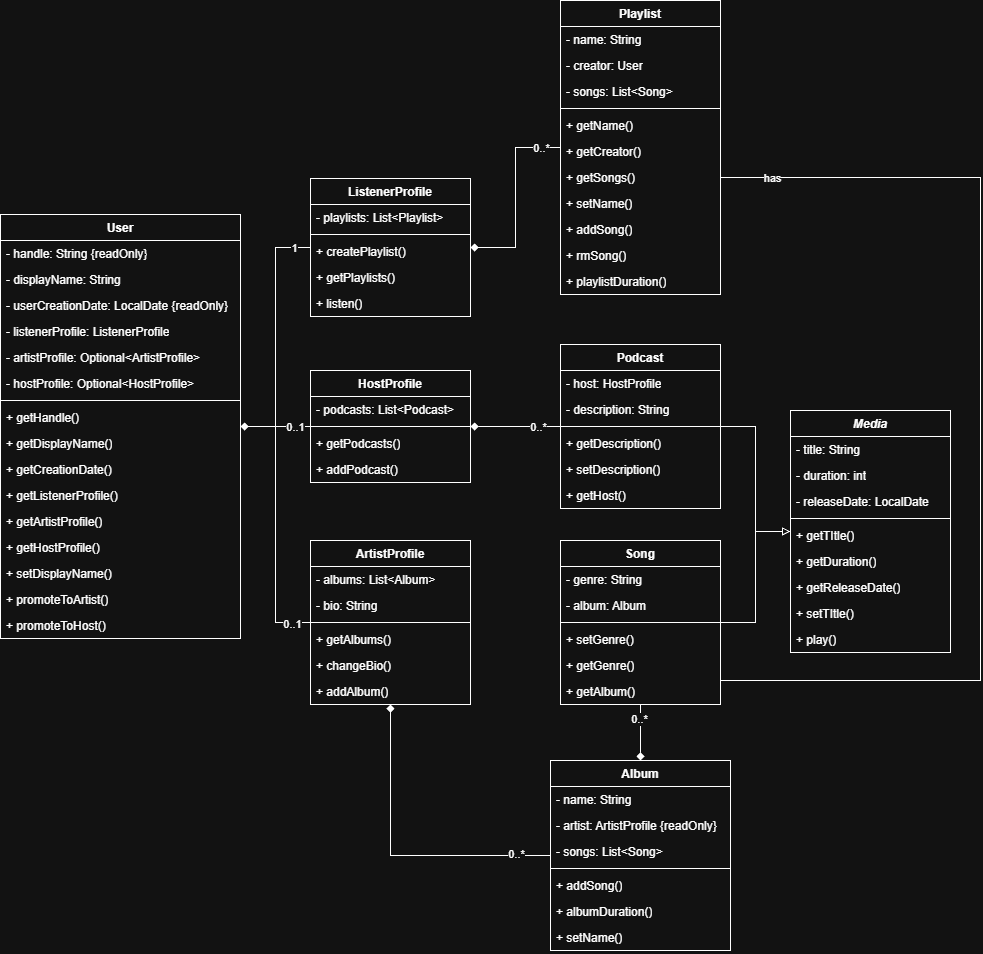
Before: docs/uml/music-streaming-library-Main.png, a diagram exported from draw.io (SailinEast/music-streaming-library). Source tidied: cells renumbered, new cells last; positions are measured from the earlier drawing's top-left corner, leaving out a move shared by most shapes.
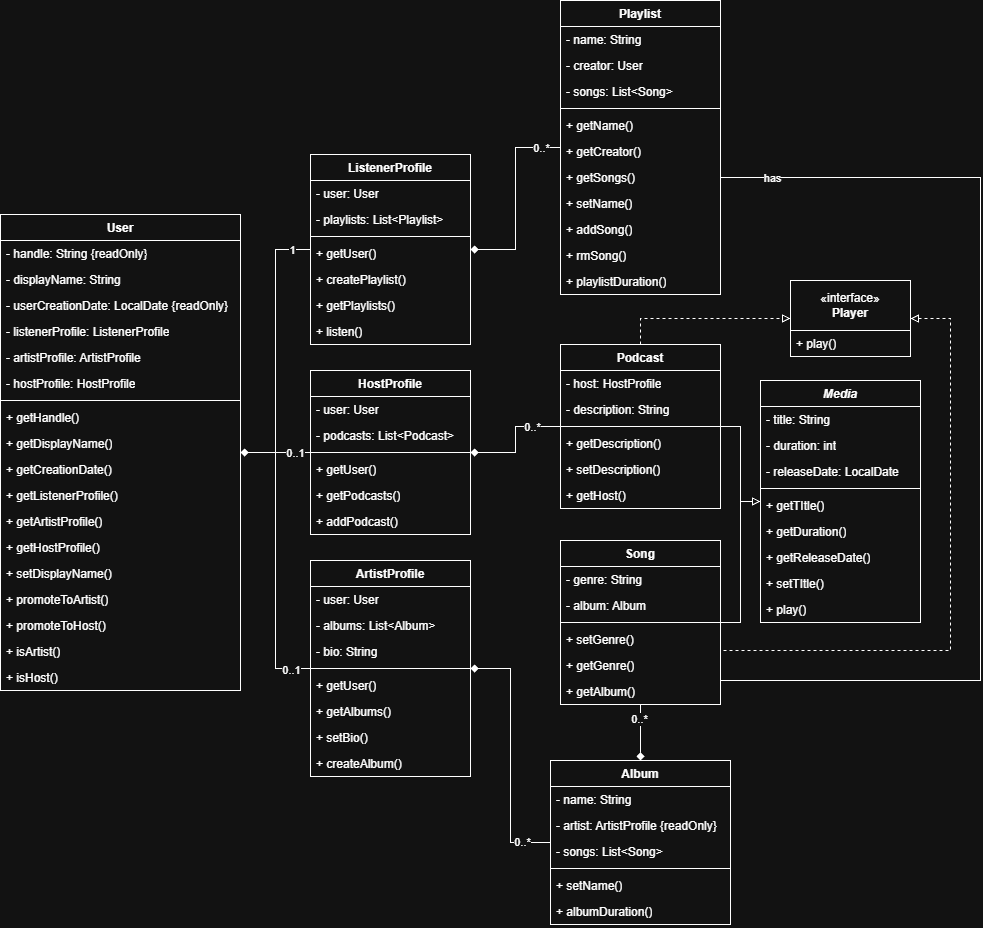
After the change.

Change to the diagram source:
```diff
@@ -3,7 +3,7 @@
     <mxCell id="0" />
     <mxCell id="1" parent="0" />
     <mxCell id="2" value="User" style="swimlane;fontStyle=1;align=center;verticalAlign=top;horizontal=1;startSize=26;whiteSpace=wrap;html=1;" parent="1" vertex="1">
-      <mxGeometry y="214" width="240" height="424" as="geometry" />
+      <mxGeometry y="214" width="240" height="476" as="geometry" />
     </mxCell>
     <mxCell id="3" value="- handle: String {readOnly}" style="text;strokeColor=none;fillColor=none;align=left;verticalAlign=top;spacingLeft=4;spacingRight=4;overflow=hidden;whiteSpace=wrap;html=1;" parent="2" vertex="1">
       <mxGeometry y="26" width="240" height="26" as="geometry" />
@@ -17,10 +17,10 @@
     <mxCell id="6" value="- listenerProfile: ListenerProfile" style="text;strokeColor=none;fillColor=none;align=left;verticalAlign=top;spacingLeft=4;spacingRight=4;overflow=hidden;whiteSpace=wrap;html=1;" parent="2" vertex="1">
       <mxGeometry y="104" width="240" height="26" as="geometry" />
     </mxCell>
-    <mxCell id="7" value="- artistProfile: Optional&amp;lt;ArtistProfile&amp;gt;" style="text;strokeColor=none;fillColor=none;align=left;verticalAlign=top;spacingLeft=4;spacingRight=4;overflow=hidden;whiteSpace=wrap;html=1;" parent="2" vertex="1">
+    <mxCell id="7" value="- artistProfile: ArtistProfile" style="text;strokeColor=none;fillColor=none;align=left;verticalAlign=top;spacingLeft=4;spacingRight=4;overflow=hidden;whiteSpace=wrap;html=1;" parent="2" vertex="1">
       <mxGeometry y="130" width="240" height="26" as="geometry" />
     </mxCell>
-    <mxCell id="8" value="- hostProfile: Optional&amp;lt;HostProfile&amp;gt;" style="text;strokeColor=none;fillColor=none;align=left;verticalAlign=top;spacingLeft=4;spacingRight=4;overflow=hidden;whiteSpace=wrap;html=1;" parent="2" vertex="1">
+    <mxCell id="8" value="- hostProfile: HostProfile" style="text;strokeColor=none;fillColor=none;align=left;verticalAlign=top;spacingLeft=4;spacingRight=4;overflow=hidden;whiteSpace=wrap;html=1;" parent="2" vertex="1">
       <mxGeometry y="156" width="240" height="26" as="geometry" />
     </mxCell>
     <mxCell id="9" style="line;strokeWidth=1;fillColor=none;align=left;verticalAlign=middle;spacingTop=-1;spacingLeft=3;spacingRight=3;labelPosition=right;strokeColor=inherit;" parent="2" vertex="1">
@@ -53,8 +53,14 @@
     <mxCell id="18" value="+ promoteToHost()" style="text;strokeColor=none;fillColor=none;align=left;verticalAlign=top;spacingLeft=4;spacingRight=4;overflow=hidden;whiteSpace=wrap;html=1;" parent="2" vertex="1">
       <mxGeometry y="398" width="240" height="26" as="geometry" />
     </mxCell>
+    <mxCell id="99" value="+ isArtist()" style="text;strokeColor=none;fillColor=none;align=left;verticalAlign=top;spacingLeft=4;spacingRight=4;overflow=hidden;whiteSpace=wrap;html=1;" parent="2" vertex="1">
+      <mxGeometry y="424" width="240" height="26" as="geometry" />
+    </mxCell>
+    <mxCell id="100" value="+ isHost()" style="text;strokeColor=none;fillColor=none;align=left;verticalAlign=top;spacingLeft=4;spacingRight=4;overflow=hidden;whiteSpace=wrap;html=1;" parent="2" vertex="1">
+      <mxGeometry y="450" width="240" height="26" as="geometry" />
+    </mxCell>
     <mxCell id="19" value="&lt;i&gt;Media&lt;/i&gt;" style="swimlane;fontStyle=1;align=center;verticalAlign=top;horizontal=1;startSize=26;whiteSpace=wrap;html=1;" parent="1" vertex="1">
-      <mxGeometry x="790" y="410" width="160" height="242" as="geometry" />
+      <mxGeometry x="760" y="380" width="160" height="242" as="geometry" />
     </mxCell>
     <mxCell id="20" value="- title: String" style="text;strokeColor=none;fillColor=none;align=left;verticalAlign=top;spacingLeft=4;spacingRight=4;overflow=hidden;whiteSpace=wrap;html=1;" parent="19" vertex="1">
       <mxGeometry y="26" width="160" height="26" as="geometry" />
@@ -84,19 +90,25 @@
       <mxGeometry y="216" width="160" height="26" as="geometry" />
     </mxCell>
     <mxCell id="29" value="HostProfile" style="swimlane;fontStyle=1;align=center;verticalAlign=top;horizontal=1;startSize=26;whiteSpace=wrap;html=1;" parent="1" vertex="1">
-      <mxGeometry x="310" y="370" width="160" height="112" as="geometry" />
+      <mxGeometry x="310" y="370" width="160" height="164" as="geometry" />
     </mxCell>
+    <mxCell id="101" value="- user: User" style="text;strokeColor=none;fillColor=none;align=left;verticalAlign=top;spacingLeft=4;spacingRight=4;overflow=hidden;whiteSpace=wrap;html=1;" parent="29" vertex="1">
+      <mxGeometry y="26" width="160" height="26" as="geometry" />
+    </mxCell>
     <mxCell id="30" value="- podcasts: List&amp;lt;Podcast&amp;gt;" style="text;strokeColor=none;fillColor=none;align=left;verticalAlign=top;spacingLeft=4;spacingRight=4;overflow=hidden;whiteSpace=wrap;html=1;" parent="29" vertex="1">
-      <mxGeometry y="26" width="160" height="26" as="geometry" />
+      <mxGeometry y="52" width="160" height="26" as="geometry" />
     </mxCell>
     <mxCell id="31" style="line;strokeWidth=1;fillColor=none;align=left;verticalAlign=middle;spacingTop=-1;spacingLeft=3;spacingRight=3;labelPosition=right;strokeColor=inherit;" parent="29" vertex="1">
-      <mxGeometry y="52" width="160" height="8" as="geometry" />
+      <mxGeometry y="78" width="160" height="8" as="geometry" />
     </mxCell>
+    <mxCell id="102" value="+ getUser()" style="text;strokeColor=none;fillColor=none;align=left;verticalAlign=top;spacingLeft=4;spacingRight=4;overflow=hidden;whiteSpace=wrap;html=1;" parent="29" vertex="1">
+      <mxGeometry y="86" width="160" height="26" as="geometry" />
+    </mxCell>
     <mxCell id="32" value="+ getPodcasts()" style="text;strokeColor=none;fillColor=none;align=left;verticalAlign=top;spacingLeft=4;spacingRight=4;overflow=hidden;whiteSpace=wrap;html=1;" parent="29" vertex="1">
-      <mxGeometry y="60" width="160" height="26" as="geometry" />
+      <mxGeometry y="112" width="160" height="26" as="geometry" />
     </mxCell>
     <mxCell id="33" value="+ addPodcast()" style="text;strokeColor=none;fillColor=none;align=left;verticalAlign=top;spacingLeft=4;spacingRight=4;overflow=hidden;whiteSpace=wrap;html=1;" parent="29" vertex="1">
-      <mxGeometry y="86" width="160" height="26" as="geometry" />
+      <mxGeometry y="138" width="160" height="26" as="geometry" />
     </mxCell>
     <mxCell id="34" style="edgeStyle=orthogonalEdgeStyle;rounded=0;jettySize=auto;html=1;endArrow=diamond;endFill=1;" parent="1" edge="1" source="36" target="83">
       <mxGeometry relative="1" as="geometry" />
@@ -133,6 +145,13 @@
         <mxPoint y="-3" as="offset" />
       </mxGeometry>
     </mxCell>
+    <mxCell id="103" style="edgeStyle=orthogonalEdgeStyle;rounded=0;jettySize=auto;html=1;dashed=1;endArrow=block;endFill=0;" parent="1" edge="1" source="45" target="108">
+      <mxGeometry relative="1" as="geometry">
+        <Array as="points">
+          <mxPoint x="640" y="318" />
+        </Array>
+      </mxGeometry>
+    </mxCell>
     <mxCell id="45" value="Podcast" style="swimlane;fontStyle=1;align=center;verticalAlign=top;horizontal=1;startSize=26;whiteSpace=wrap;html=1;" parent="1" vertex="1">
       <mxGeometry x="560" y="344" width="160" height="164" as="geometry" />
     </mxCell>
@@ -161,25 +180,31 @@
       <mxGeometry x="-0.86" y="1" relative="1" as="geometry" />
     </mxCell>
     <mxCell id="54" value="ArtistProfile" style="swimlane;fontStyle=1;align=center;verticalAlign=top;horizontal=1;startSize=26;whiteSpace=wrap;html=1;" parent="1" vertex="1">
-      <mxGeometry x="310" y="540" width="160" height="164" as="geometry" />
+      <mxGeometry x="310" y="560" width="160" height="216" as="geometry" />
     </mxCell>
+    <mxCell id="104" value="- user: User" style="text;strokeColor=none;fillColor=none;align=left;verticalAlign=top;spacingLeft=4;spacingRight=4;overflow=hidden;whiteSpace=wrap;html=1;" parent="54" vertex="1">
+      <mxGeometry y="26" width="160" height="26" as="geometry" />
+    </mxCell>
     <mxCell id="55" value="- albums: List&amp;lt;Album&amp;gt;" style="text;strokeColor=none;fillColor=none;align=left;verticalAlign=top;spacingLeft=4;spacingRight=4;overflow=hidden;whiteSpace=wrap;html=1;" parent="54" vertex="1">
-      <mxGeometry y="26" width="160" height="26" as="geometry" />
+      <mxGeometry y="52" width="160" height="26" as="geometry" />
     </mxCell>
     <mxCell id="56" value="- bio: String" style="text;strokeColor=none;fillColor=none;align=left;verticalAlign=top;spacingLeft=4;spacingRight=4;overflow=hidden;whiteSpace=wrap;html=1;" parent="54" vertex="1">
-      <mxGeometry y="52" width="160" height="26" as="geometry" />
+      <mxGeometry y="78" width="160" height="26" as="geometry" />
     </mxCell>
     <mxCell id="57" style="line;strokeWidth=1;fillColor=none;align=left;verticalAlign=middle;spacingTop=-1;spacingLeft=3;spacingRight=3;labelPosition=right;strokeColor=inherit;" parent="54" vertex="1">
-      <mxGeometry y="78" width="160" height="8" as="geometry" />
+      <mxGeometry y="104" width="160" height="8" as="geometry" />
     </mxCell>
+    <mxCell id="105" value="+ getUser()" style="text;strokeColor=none;fillColor=none;align=left;verticalAlign=top;spacingLeft=4;spacingRight=4;overflow=hidden;whiteSpace=wrap;html=1;" parent="54" vertex="1">
+      <mxGeometry y="112" width="160" height="26" as="geometry" />
+    </mxCell>
     <mxCell id="58" value="+ getAlbums()" style="text;strokeColor=none;fillColor=none;align=left;verticalAlign=top;spacingLeft=4;spacingRight=4;overflow=hidden;whiteSpace=wrap;html=1;" parent="54" vertex="1">
-      <mxGeometry y="86" width="160" height="26" as="geometry" />
+      <mxGeometry y="138" width="160" height="26" as="geometry" />
     </mxCell>
-    <mxCell id="59" value="+ changeBio()" style="text;strokeColor=none;fillColor=none;align=left;verticalAlign=top;spacingLeft=4;spacingRight=4;overflow=hidden;whiteSpace=wrap;html=1;" parent="54" vertex="1">
-      <mxGeometry y="112" width="160" height="26" as="geometry" />
+    <mxCell id="59" value="+ setBio()" style="text;strokeColor=none;fillColor=none;align=left;verticalAlign=top;spacingLeft=4;spacingRight=4;overflow=hidden;whiteSpace=wrap;html=1;" parent="54" vertex="1">
+      <mxGeometry y="164" width="160" height="26" as="geometry" />
     </mxCell>
-    <mxCell id="60" value="+ addAlbum()" style="text;strokeColor=none;fillColor=none;align=left;verticalAlign=top;spacingLeft=4;spacingRight=4;overflow=hidden;whiteSpace=wrap;html=1;" parent="54" vertex="1">
-      <mxGeometry y="138" width="160" height="26" as="geometry" />
+    <mxCell id="60" value="+ createAlbum()" style="text;strokeColor=none;fillColor=none;align=left;verticalAlign=top;spacingLeft=4;spacingRight=4;overflow=hidden;whiteSpace=wrap;html=1;" parent="54" vertex="1">
+      <mxGeometry y="190" width="160" height="26" as="geometry" />
     </mxCell>
     <mxCell id="61" style="edgeStyle=orthogonalEdgeStyle;rounded=0;jettySize=auto;html=1;endArrow=block;endFill=0;" parent="1" edge="1" source="36" target="19">
       <mxGeometry relative="1" as="geometry" />
@@ -224,22 +249,28 @@
       <mxGeometry y="268" width="160" height="26" as="geometry" />
     </mxCell>
     <mxCell id="75" value="ListenerProfile" style="swimlane;fontStyle=1;align=center;verticalAlign=top;horizontal=1;startSize=26;whiteSpace=wrap;html=1;" parent="1" vertex="1">
-      <mxGeometry x="310" y="178" width="160" height="138" as="geometry" />
+      <mxGeometry x="310" y="154" width="160" height="190" as="geometry" />
     </mxCell>
+    <mxCell id="106" value="- user: User" style="text;strokeColor=none;fillColor=none;align=left;verticalAlign=top;spacingLeft=4;spacingRight=4;overflow=hidden;whiteSpace=wrap;html=1;" parent="75" vertex="1">
+      <mxGeometry y="26" width="160" height="26" as="geometry" />
+    </mxCell>
     <mxCell id="76" value="- playlists: List&amp;lt;Playlist&amp;gt;" style="text;strokeColor=none;fillColor=none;align=left;verticalAlign=top;spacingLeft=4;spacingRight=4;overflow=hidden;whiteSpace=wrap;html=1;" parent="75" vertex="1">
-      <mxGeometry y="26" width="160" height="26" as="geometry" />
+      <mxGeometry y="52" width="160" height="26" as="geometry" />
     </mxCell>
     <mxCell id="77" style="line;strokeWidth=1;fillColor=none;align=left;verticalAlign=middle;spacingTop=-1;spacingLeft=3;spacingRight=3;labelPosition=right;strokeColor=inherit;" parent="75" vertex="1">
-      <mxGeometry y="52" width="160" height="8" as="geometry" />
+      <mxGeometry y="78" width="160" height="8" as="geometry" />
     </mxCell>
+    <mxCell id="107" value="+ getUser()" style="text;strokeColor=none;fillColor=none;align=left;verticalAlign=top;spacingLeft=4;spacingRight=4;overflow=hidden;whiteSpace=wrap;html=1;" parent="75" vertex="1">
+      <mxGeometry y="86" width="160" height="26" as="geometry" />
+    </mxCell>
     <mxCell id="78" value="+ createPlaylist()" style="text;strokeColor=none;fillColor=none;align=left;verticalAlign=top;spacingLeft=4;spacingRight=4;overflow=hidden;whiteSpace=wrap;html=1;" parent="75" vertex="1">
-      <mxGeometry y="60" width="160" height="26" as="geometry" />
+      <mxGeometry y="112" width="160" height="26" as="geometry" />
     </mxCell>
     <mxCell id="79" value="+ getPlaylists()" style="text;strokeColor=none;fillColor=none;align=left;verticalAlign=top;spacingLeft=4;spacingRight=4;overflow=hidden;whiteSpace=wrap;html=1;" parent="75" vertex="1">
-      <mxGeometry y="86" width="160" height="26" as="geometry" />
+      <mxGeometry y="138" width="160" height="26" as="geometry" />
     </mxCell>
     <mxCell id="80" value="+ listen()" style="text;strokeColor=none;fillColor=none;align=left;verticalAlign=top;spacingLeft=4;spacingRight=4;overflow=hidden;whiteSpace=wrap;html=1;" parent="75" vertex="1">
-      <mxGeometry y="112" width="160" height="26" as="geometry" />
+      <mxGeometry y="164" width="160" height="26" as="geometry" />
     </mxCell>
     <mxCell id="81" style="edgeStyle=orthogonalEdgeStyle;rounded=0;jettySize=auto;html=1;endArrow=diamond;endFill=1;" parent="1" edge="1" source="63" target="75">
       <mxGeometry relative="1" as="geometry" />
@@ -250,7 +281,7 @@
       </mxGeometry>
     </mxCell>
     <mxCell id="83" value="Album" style="swimlane;fontStyle=1;align=center;verticalAlign=top;horizontal=1;startSize=26;whiteSpace=wrap;html=1;" parent="1" vertex="1">
-      <mxGeometry x="550" y="760" width="180" height="190" as="geometry" />
+      <mxGeometry x="550" y="760" width="180" height="164" as="geometry" />
     </mxCell>
     <mxCell id="84" value="- name: String" style="text;strokeColor=none;fillColor=none;align=left;verticalAlign=top;spacingLeft=4;spacingRight=4;overflow=hidden;whiteSpace=wrap;html=1;" parent="83" vertex="1">
       <mxGeometry y="26" width="180" height="26" as="geometry" />
@@ -264,15 +295,12 @@
     <mxCell id="87" style="line;strokeWidth=1;fillColor=none;align=left;verticalAlign=middle;spacingTop=-1;spacingLeft=3;spacingRight=3;labelPosition=right;strokeColor=inherit;" parent="83" vertex="1">
       <mxGeometry y="104" width="180" height="8" as="geometry" />
     </mxCell>
-    <mxCell id="88" value="+ addSong()" style="text;strokeColor=none;fillColor=none;align=left;verticalAlign=top;spacingLeft=4;spacingRight=4;overflow=hidden;whiteSpace=wrap;html=1;" parent="83" vertex="1">
-      <mxGeometry y="112" width="180" height="26" as="geometry" />
-    </mxCell>
+    <mxCell id="90" value="+ setName()" style="text;strokeColor=none;fillColor=none;align=left;verticalAlign=top;spacingLeft=4;spacingRight=4;overflow=hidden;whiteSpace=wrap;html=1;" parent="83" vertex="1">
+      <mxGeometry y="112" width="180" height="26" as="geometry" />
+    </mxCell>
     <mxCell id="89" value="+ albumDuration()" style="text;strokeColor=none;fillColor=none;align=left;verticalAlign=top;spacingLeft=4;spacingRight=4;overflow=hidden;whiteSpace=wrap;html=1;" parent="83" vertex="1">
       <mxGeometry y="138" width="180" height="26" as="geometry" />
     </mxCell>
-    <mxCell id="90" value="+ setName()" style="text;strokeColor=none;fillColor=none;align=left;verticalAlign=top;spacingLeft=4;spacingRight=4;overflow=hidden;whiteSpace=wrap;html=1;" parent="83" vertex="1">
-      <mxGeometry y="164" width="180" height="26" as="geometry" />
-    </mxCell>
     <mxCell id="91" style="edgeStyle=orthogonalEdgeStyle;rounded=0;jettySize=auto;html=1;endArrow=diamond;endFill=0;" parent="1" edge="1" source="29" target="2">
       <mxGeometry relative="1" as="geometry" />
     </mxCell>
@@ -302,5 +330,20 @@
     <mxCell id="98" value="has" style="edgeLabel;html=1;align=center;verticalAlign=middle;" parent="97" vertex="1">
       <mxGeometry x="0.9" relative="1" as="geometry" />
     </mxCell>
+    <mxCell id="108" value="«interface»&lt;br&gt;&lt;b&gt;Player&lt;/b&gt;" style="swimlane;fontStyle=0;horizontal=1;startSize=50;fillColor=none;whiteSpace=wrap;html=1;" parent="1" vertex="1">
+      <mxGeometry x="790" y="280" width="120" height="76" as="geometry" />
+    </mxCell>
+    <mxCell id="109" value="+ play()" style="text;strokeColor=none;fillColor=none;align=left;verticalAlign=top;spacingLeft=4;spacingRight=4;overflow=hidden;whiteSpace=wrap;html=1;" parent="108" vertex="1">
+      <mxGeometry y="50" width="120" height="26" as="geometry" />
+    </mxCell>
+    <mxCell id="110" style="edgeStyle=orthogonalEdgeStyle;rounded=0;jettySize=auto;html=1;exitX=1;exitY=0.5;exitDx=0;exitDy=0;dashed=1;endArrow=block;endFill=0;" parent="1" edge="1" source="41" target="108">
+      <mxGeometry relative="1" as="geometry">
+        <Array as="points">
+          <mxPoint x="720" y="650" />
+          <mxPoint x="950" y="650" />
+          <mxPoint x="950" y="318" />
+        </Array>
+      </mxGeometry>
+    </mxCell>
   </root>
 </mxGraphModel>
```
